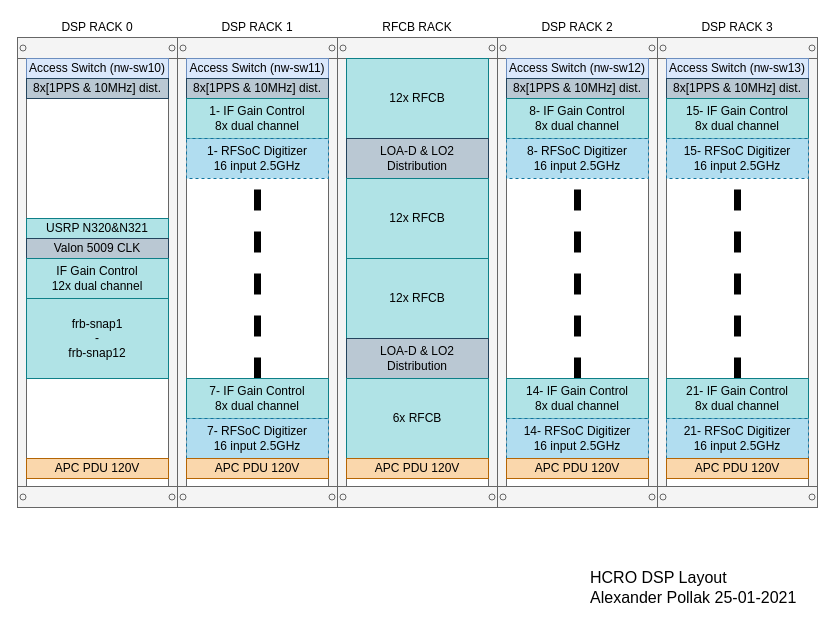
This is HCRO-Network-Infrastructure/Network-DSP-Rack-Configuration.drawio from SETIatHCRO/Front-Page, a draw.io file, before an edit. Source tidied: cells renumbered, new cells numbered last; positions are measured from the earlier drawing's top-left corner, leaving out a move shared by most shapes. Both pictures are drawn from the tidied source at 100%, with x=0, y=0 at pixel (17, 17).
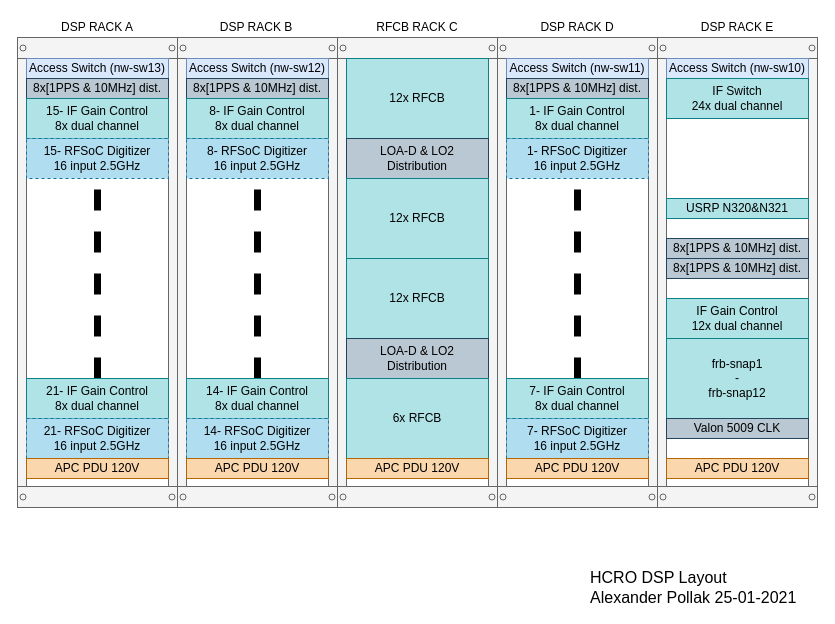
After the change.

What changed in the source:
```diff
@@
     <mxCell id="2" style="strokeColor=#666666;html=1;verticalLabelPosition=bottom;labelBackgroundColor=#ffffff;verticalAlign=top;shadow=0;dashed=0;shape=mxgraph.rackGeneral.container;fillColor2=#f4f4f4;allowGaps=1;textColor=#666666;numDisp=off;align=left;" parent="1" vertex="1">
-      <mxGeometry y="20" width="160" height="470" as="geometry" />
+      <mxGeometry x="640" y="20" width="160" height="470" as="geometry" />
     </mxCell>
@@
+    <mxCell id="51" value="IF Switch&lt;br&gt;24x dual channel" style="rounded=0;whiteSpace=wrap;html=1;fillColor=#b0e3e6;strokeColor=#0e8088;" parent="2" vertex="1">
+      <mxGeometry x="9" y="41" width="142" height="40" as="geometry" />
+    </mxCell>
+    <mxCell id="5" value="USRP N320&amp;amp;N321" style="rounded=0;whiteSpace=wrap;html=1;fillColor=#b0e3e6;strokeColor=#0e8088;" parent="2" vertex="1">
+      <mxGeometry x="9" y="161" width="142" height="20" as="geometry" />
+    </mxCell>
+    <mxCell id="52" value="8x[1PPS &amp;amp; 10MHz] dist." style="rounded=0;whiteSpace=wrap;html=1;fillColor=#bac8d3;strokeColor=#23445d;" parent="2" vertex="1">
+      <mxGeometry x="9" y="201" width="142" height="20" as="geometry" />
+    </mxCell>
     <mxCell id="4" value="8x[1PPS &amp;amp; 10MHz] dist." style="rounded=0;whiteSpace=wrap;html=1;fillColor=#bac8d3;strokeColor=#23445d;" parent="2" vertex="1">
-      <mxGeometry x="9" y="41" width="142" height="20" as="geometry" />
+      <mxGeometry x="9" y="221" width="142" height="20" as="geometry" />
     </mxCell>
-    <mxCell id="5" value="USRP N320&amp;amp;N321" style="rounded=0;whiteSpace=wrap;html=1;fillColor=#b0e3e6;strokeColor=#0e8088;" parent="2" vertex="1">
-      <mxGeometry x="9" y="181" width="142" height="20" as="geometry" />
-    </mxCell>
-    <mxCell id="6" value="Valon 5009 CLK" style="rounded=0;whiteSpace=wrap;html=1;fillColor=#bac8d3;strokeColor=#23445d;" parent="2" vertex="1">
-      <mxGeometry x="9" y="201" width="142" height="20" as="geometry" />
-    </mxCell>
     <mxCell id="7" value="IF Gain&amp;nbsp;Control&lt;br&gt;12x dual channel" style="rounded=0;whiteSpace=wrap;html=1;fillColor=#b0e3e6;strokeColor=#0e8088;" parent="2" vertex="1">
-      <mxGeometry x="9" y="221" width="142" height="40" as="geometry" />
+      <mxGeometry x="9" y="261" width="142" height="40" as="geometry" />
     </mxCell>
     <mxCell id="8" value="frb-snap1&lt;br&gt;-&lt;br&gt;frb-snap12" style="rounded=0;whiteSpace=wrap;html=1;fillColor=#b0e3e6;strokeColor=#0e8088;" parent="2" vertex="1">
-      <mxGeometry x="9" y="261" width="142" height="80" as="geometry" />
+      <mxGeometry x="9" y="301" width="142" height="80" as="geometry" />
     </mxCell>
+    <mxCell id="6" value="Valon 5009 CLK" style="rounded=0;whiteSpace=wrap;html=1;fillColor=#bac8d3;strokeColor=#23445d;" parent="2" vertex="1">
+      <mxGeometry x="9" y="381" width="142" height="20" as="geometry" />
+    </mxCell>
@@
     <mxCell id="10" style="strokeColor=#666666;html=1;verticalLabelPosition=bottom;labelBackgroundColor=#ffffff;verticalAlign=top;shadow=0;dashed=0;shape=mxgraph.rackGeneral.container;fillColor2=#f4f4f4;allowGaps=1;textColor=#666666;numDisp=off;align=left;" parent="1" vertex="1">
-      <mxGeometry x="160" y="20" width="160" height="470" as="geometry" />
+      <mxGeometry x="480" y="20" width="160" height="470" as="geometry" />
     </mxCell>
@@
-    <mxCell id="27" value="DSP RACK 0" style="text;html=1;strokeColor=none;fillColor=none;align=center;verticalAlign=middle;whiteSpace=wrap;rounded=0;" parent="1" vertex="1">
+    <mxCell id="27" value="DSP RACK A" style="text;html=1;strokeColor=none;fillColor=none;align=center;verticalAlign=middle;whiteSpace=wrap;rounded=0;" parent="1" vertex="1">
       <mxGeometry x="9" width="142" height="20" as="geometry" />
     </mxCell>
-    <mxCell id="28" value="DSP RACK 1" style="text;html=1;strokeColor=none;fillColor=none;align=center;verticalAlign=middle;whiteSpace=wrap;rounded=0;" parent="1" vertex="1">
-      <mxGeometry x="169" width="142" height="20" as="geometry" />
+    <mxCell id="28" value="DSP RACK B" style="text;html=1;strokeColor=none;fillColor=none;align=center;verticalAlign=middle;whiteSpace=wrap;rounded=0;" parent="1" vertex="1">
+      <mxGeometry x="168" width="142" height="20" as="geometry" />
     </mxCell>
-    <mxCell id="29" value="RFCB RACK" style="text;html=1;strokeColor=none;fillColor=none;align=center;verticalAlign=middle;whiteSpace=wrap;rounded=0;" parent="1" vertex="1">
+    <mxCell id="29" value="RFCB RACK C" style="text;html=1;strokeColor=none;fillColor=none;align=center;verticalAlign=middle;whiteSpace=wrap;rounded=0;" parent="1" vertex="1">
       <mxGeometry x="329" width="142" height="20" as="geometry" />
     </mxCell>
-    <mxCell id="30" value="DSP RACK 2" style="text;html=1;strokeColor=none;fillColor=none;align=center;verticalAlign=middle;whiteSpace=wrap;rounded=0;" parent="1" vertex="1">
+    <mxCell id="30" value="DSP RACK D" style="text;html=1;strokeColor=none;fillColor=none;align=center;verticalAlign=middle;whiteSpace=wrap;rounded=0;" parent="1" vertex="1">
       <mxGeometry x="489" width="142" height="20" as="geometry" />
     </mxCell>
-    <mxCell id="31" value="DSP RACK 3" style="text;html=1;strokeColor=none;fillColor=none;align=center;verticalAlign=middle;whiteSpace=wrap;rounded=0;" parent="1" vertex="1">
+    <mxCell id="31" value="DSP RACK E" style="text;html=1;strokeColor=none;fillColor=none;align=center;verticalAlign=middle;whiteSpace=wrap;rounded=0;" parent="1" vertex="1">
       <mxGeometry x="649" width="142" height="20" as="geometry" />
     </mxCell>
@@
     <mxCell id="33" style="strokeColor=#666666;html=1;verticalLabelPosition=bottom;labelBackgroundColor=#ffffff;verticalAlign=top;shadow=0;dashed=0;shape=mxgraph.rackGeneral.container;fillColor2=#f4f4f4;allowGaps=1;textColor=#666666;numDisp=off;align=left;" parent="1" vertex="1">
-      <mxGeometry x="480" y="20" width="160" height="470" as="geometry" />
+      <mxGeometry x="160" y="20" width="160" height="470" as="geometry" />
     </mxCell>
@@
     <mxCell id="42" style="strokeColor=#666666;html=1;verticalLabelPosition=bottom;labelBackgroundColor=#ffffff;verticalAlign=top;shadow=0;dashed=0;shape=mxgraph.rackGeneral.container;fillColor2=#f4f4f4;allowGaps=1;textColor=#666666;numDisp=off;align=left;" parent="1" vertex="1">
-      <mxGeometry x="640" y="20" width="160" height="470" as="geometry" />
+      <mxGeometry y="20" width="160" height="470" as="geometry" />
     </mxCell>
```
